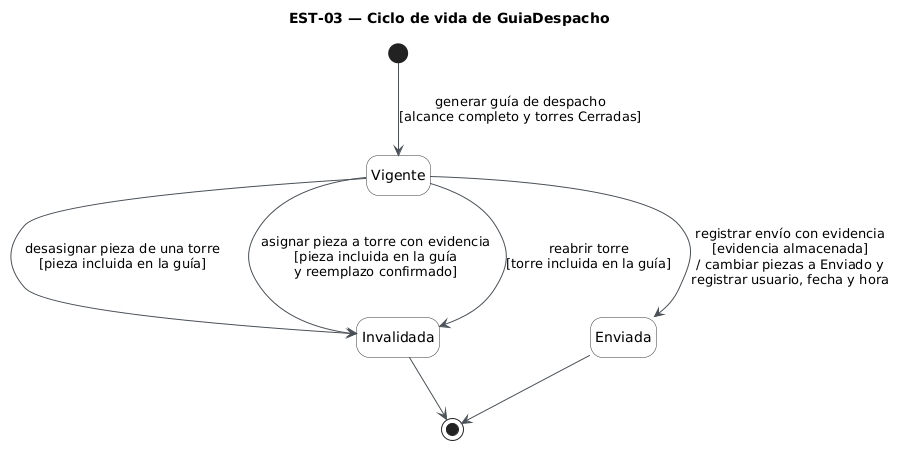
Foyzen-Kaze/snapsip keeps this PlantUML diagram as diagramas/est-03.png. Above is the earlier version. The source it was exported from:
```plantuml
@startuml
title EST-03 — Ciclo de vida de GuiaDespacho
hide empty description
skinparam shadowing false
skinparam state {
  BackgroundColor #F8F9FA
  BorderColor #343A40
  ArrowColor #495057
  StartColor #343A40
  EndColor #343A40
}

[*] --> Vigente : generar guía de despacho\n[alcance completo y torres Cerradas]
Vigente --> Invalidada : desasignar pieza de una torre\n[pieza incluida en la guía]
Vigente --> Invalidada : asignar pieza a torre con evidencia\n[pieza incluida en la guía\ny reemplazo confirmado]
Vigente --> Invalidada : reabrir torre\n[torre incluida en la guía]
Vigente --> Enviada : registrar envío con evidencia\n[evidencia almacenada]\n/ cambiar piezas a Enviado y\nregistrar usuario, fecha y hora
Invalidada --> [*]
Enviada --> [*]
@enduml
```
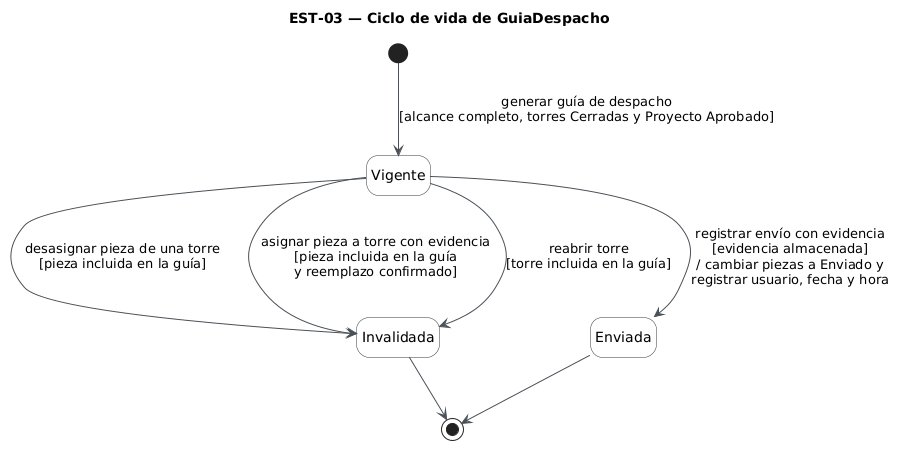
Later version of the same file.

Commit message:
Diagramas y su documentacion actualizados

Diff of the diagram source:
```diff
@@ -10,7 +10,7 @@
   EndColor #343A40
 }
 
-[*] --> Vigente : generar guía de despacho\n[alcance completo y torres Cerradas]
+[*] --> Vigente : generar guía de despacho\n[alcance completo, torres Cerradas y Proyecto Aprobado]
 Vigente --> Invalidada : desasignar pieza de una torre\n[pieza incluida en la guía]
 Vigente --> Invalidada : asignar pieza a torre con evidencia\n[pieza incluida en la guía\ny reemplazo confirmado]
 Vigente --> Invalidada : reabrir torre\n[torre incluida en la guía]
```
